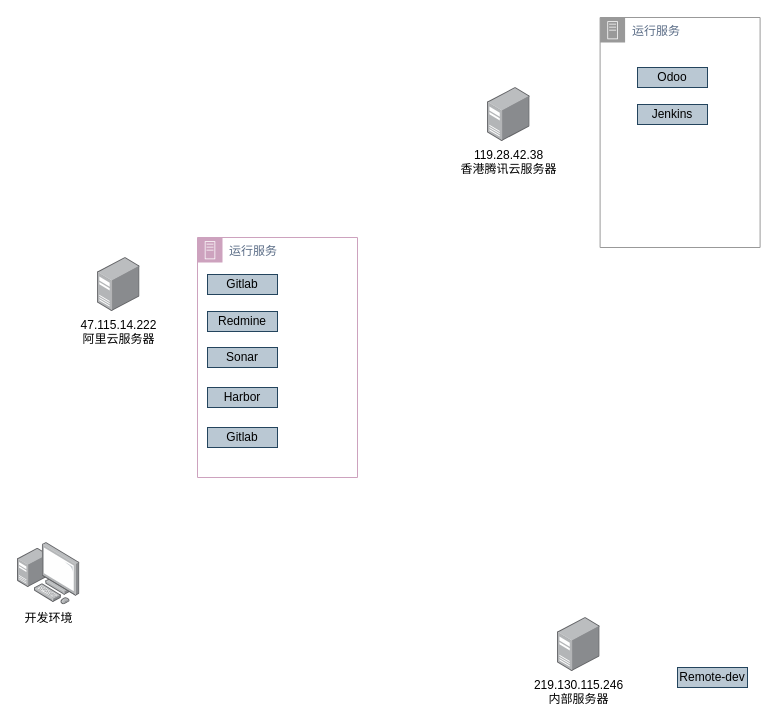
Before: Untitled Diagram.drawio in alreadytakenn/images, a draw.io diagram. Source tidied: cells renumbered, new cells numbered last; positions are measured from the earlier drawing's top-left corner, leaving out a move shared by most shapes. Both pictures are drawn from the tidied source at 100%, with x=0, y=0 at pixel (17, 17).
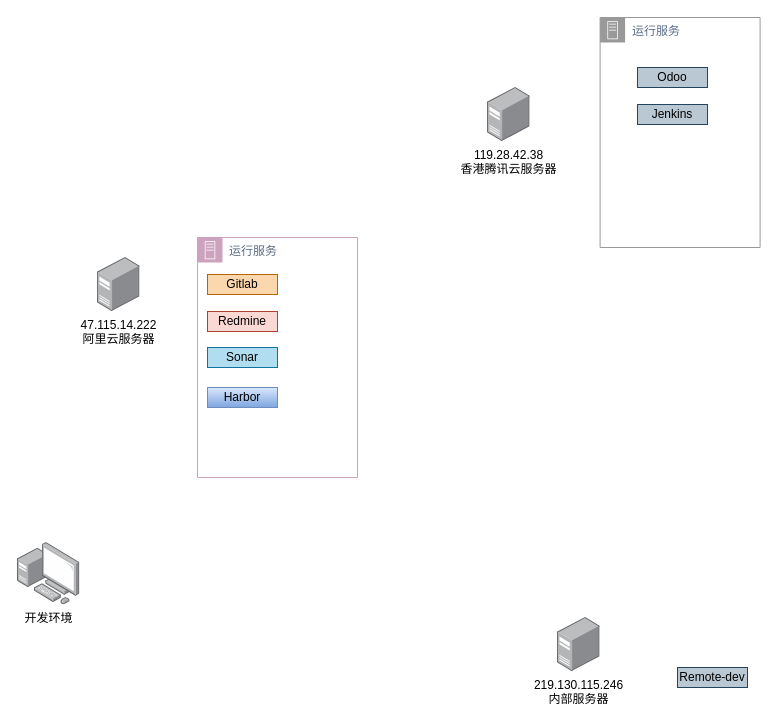
The same page after the edit.

Change to the diagram source:
```diff
@@
 <mxGraphModel>
   <root>
     <mxCell id="0" />
     <mxCell id="1" parent="0" />
     <mxCell id="2" value="开发环境" style="html=1;align=center;shadow=0;dashed=0;image;image=img/lib/allied_telesis/computer_and_terminals/Personal_Computer_with_Server.svg;" parent="1" vertex="1">
       <mxGeometry y="525" width="62.4" height="62.4" as="geometry" />
     </mxCell>
     <mxCell id="3" value="&lt;div&gt;119.28.42.38&lt;/div&gt;&lt;div&gt;香港腾讯云服务器&lt;br&gt;&lt;/div&gt;" style="html=1;align=center;shadow=0;dashed=0;image;image=img/lib/allied_telesis/computer_and_terminals/Server_Desktop.svg;" parent="1" vertex="1">
       <mxGeometry x="470" y="70" width="42.6" height="54" as="geometry" />
     </mxCell>
     <mxCell id="4" value="&lt;div&gt;47.115.14.222&lt;/div&gt;&lt;div&gt;阿里云服务器&lt;br&gt;&lt;/div&gt;" style="html=1;align=center;shadow=0;dashed=0;image;image=img/lib/allied_telesis/computer_and_terminals/Server_Desktop.svg;" parent="1" vertex="1">
       <mxGeometry x="79.9" y="240" width="42.6" height="54" as="geometry" />
     </mxCell>
     <mxCell id="5" value="&lt;div&gt;219.130.115.246&lt;/div&gt;&lt;div&gt;内部服务器&lt;br&gt;&lt;/div&gt;" style="html=1;align=center;shadow=0;dashed=0;image;image=img/lib/allied_telesis/computer_and_terminals/Server_Desktop.svg;" parent="1" vertex="1">
       <mxGeometry x="540" y="600" width="42.6" height="54" as="geometry" />
     </mxCell>
     <mxCell id="6" value="运行服务" style="gradientColor=none;html=1;whiteSpace=wrap;fontSize=12;fontStyle=0;shape=mxgraph.aws4.group;grIcon=mxgraph.aws4.group_on_premise;fillColor=none;verticalAlign=top;align=left;spacingLeft=30;fontColor=#5A6C86;dashed=0;strokeColor=#CDA2BE;" parent="1" vertex="1">
       <mxGeometry x="180" y="220" width="160" height="240" as="geometry" />
     </mxCell>
-    <mxCell id="7" value="Gitlab" style="text;html=1;strokeColor=#23445d;fillColor=#bac8d3;align=center;verticalAlign=middle;whiteSpace=wrap;rounded=0;" parent="1" vertex="1">
+    <mxCell id="7" value="Gitlab" style="text;html=1;strokeColor=#b46504;fillColor=#fad7ac;align=center;verticalAlign=middle;whiteSpace=wrap;rounded=0;" parent="1" vertex="1">
       <mxGeometry x="190" y="257" width="70" height="20" as="geometry" />
     </mxCell>
-    <mxCell id="8" value="Redmine" style="text;html=1;strokeColor=#23445d;fillColor=#bac8d3;align=center;verticalAlign=middle;whiteSpace=wrap;rounded=0;" parent="1" vertex="1">
+    <mxCell id="8" value="Redmine" style="text;html=1;strokeColor=#ae4132;fillColor=#fad9d5;align=center;verticalAlign=middle;whiteSpace=wrap;rounded=0;" parent="1" vertex="1">
       <mxGeometry x="190" y="294" width="70" height="20" as="geometry" />
     </mxCell>
-    <mxCell id="9" value="Gitlab" style="text;html=1;strokeColor=#23445d;fillColor=#bac8d3;align=center;verticalAlign=middle;whiteSpace=wrap;rounded=0;" parent="1" vertex="1">
-      <mxGeometry x="190" y="410" width="70" height="20" as="geometry" />
-    </mxCell>
-    <mxCell id="10" value="Sonar" style="text;html=1;strokeColor=#23445d;fillColor=#bac8d3;align=center;verticalAlign=middle;whiteSpace=wrap;rounded=0;" parent="1" vertex="1">
+    <mxCell id="10" value="Sonar" style="text;html=1;strokeColor=#10739e;fillColor=#b1ddf0;align=center;verticalAlign=middle;whiteSpace=wrap;rounded=0;" parent="1" vertex="1">
       <mxGeometry x="190" y="330" width="70" height="20" as="geometry" />
     </mxCell>
-    <mxCell id="11" value="Harbor" style="text;html=1;strokeColor=#23445d;fillColor=#bac8d3;align=center;verticalAlign=middle;whiteSpace=wrap;rounded=0;" parent="1" vertex="1">
+    <mxCell id="11" value="Harbor" style="text;html=1;strokeColor=#6c8ebf;fillColor=#dae8fc;align=center;verticalAlign=middle;whiteSpace=wrap;rounded=0;gradientColor=#7ea6e0;" parent="1" vertex="1">
       <mxGeometry x="190" y="370" width="70" height="20" as="geometry" />
     </mxCell>
     <mxCell id="12" value="Odoo" style="text;html=1;strokeColor=#23445d;fillColor=#bac8d3;align=center;verticalAlign=middle;whiteSpace=wrap;rounded=0;" parent="1" vertex="1">
       <mxGeometry x="620" y="50" width="70" height="20" as="geometry" />
     </mxCell>
     <mxCell id="13" value="Jenkins" style="text;html=1;strokeColor=#23445d;fillColor=#bac8d3;align=center;verticalAlign=middle;whiteSpace=wrap;rounded=0;" parent="1" vertex="1">
       <mxGeometry x="620" y="87" width="70" height="20" as="geometry" />
     </mxCell>
     <mxCell id="14" value="Remote-dev" style="text;html=1;strokeColor=#23445d;fillColor=#bac8d3;align=center;verticalAlign=middle;whiteSpace=wrap;rounded=0;" parent="1" vertex="1">
       <mxGeometry x="660" y="650" width="70" height="20" as="geometry" />
     </mxCell>
     <mxCell id="15" value="运行服务" style="gradientColor=none;html=1;whiteSpace=wrap;fontSize=12;fontStyle=0;shape=mxgraph.aws4.group;grIcon=mxgraph.aws4.group_on_premise;fillColor=none;verticalAlign=top;align=left;spacingLeft=30;fontColor=#5A6C86;dashed=0;strokeColor=#999999;" parent="1" vertex="1">
       <mxGeometry x="582.6" width="160" height="230" as="geometry" />
     </mxCell>
   </root>
 </mxGraphModel>
```
